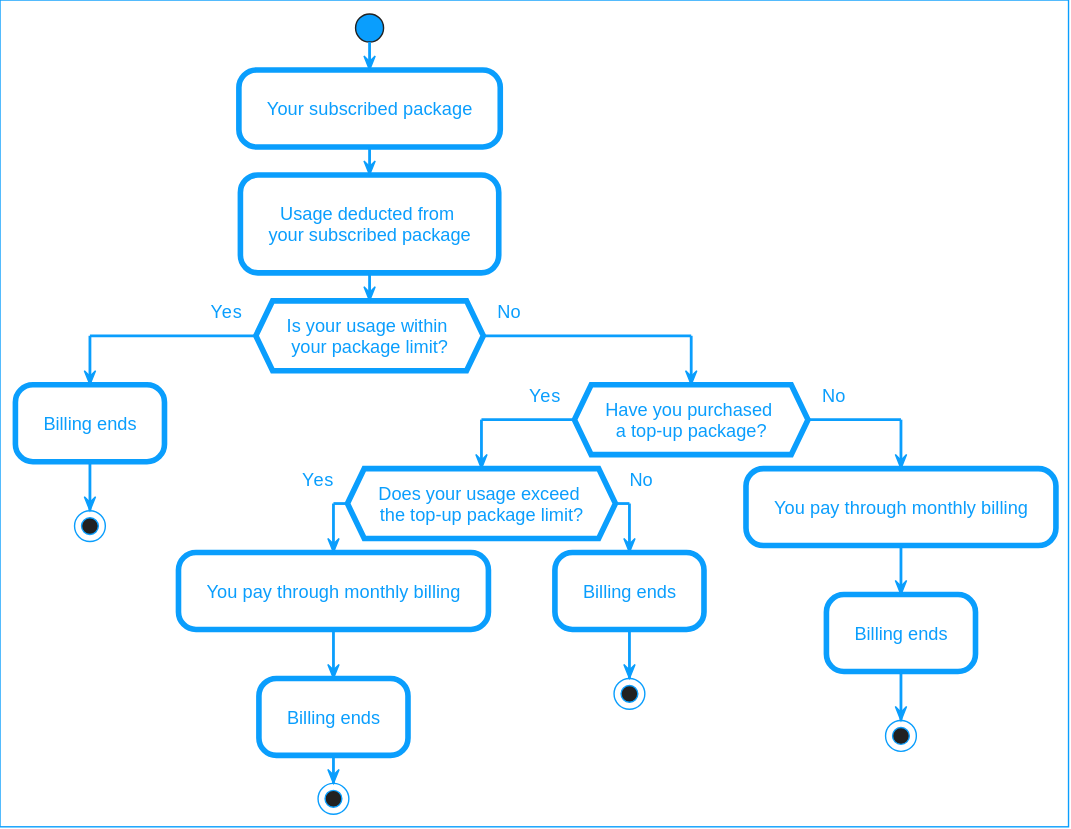
AgoraIO/Docs-Source keeps this PlantUML diagram as assets/images/video-sdk/pricing-workflow.svg. Above is the earlier version.
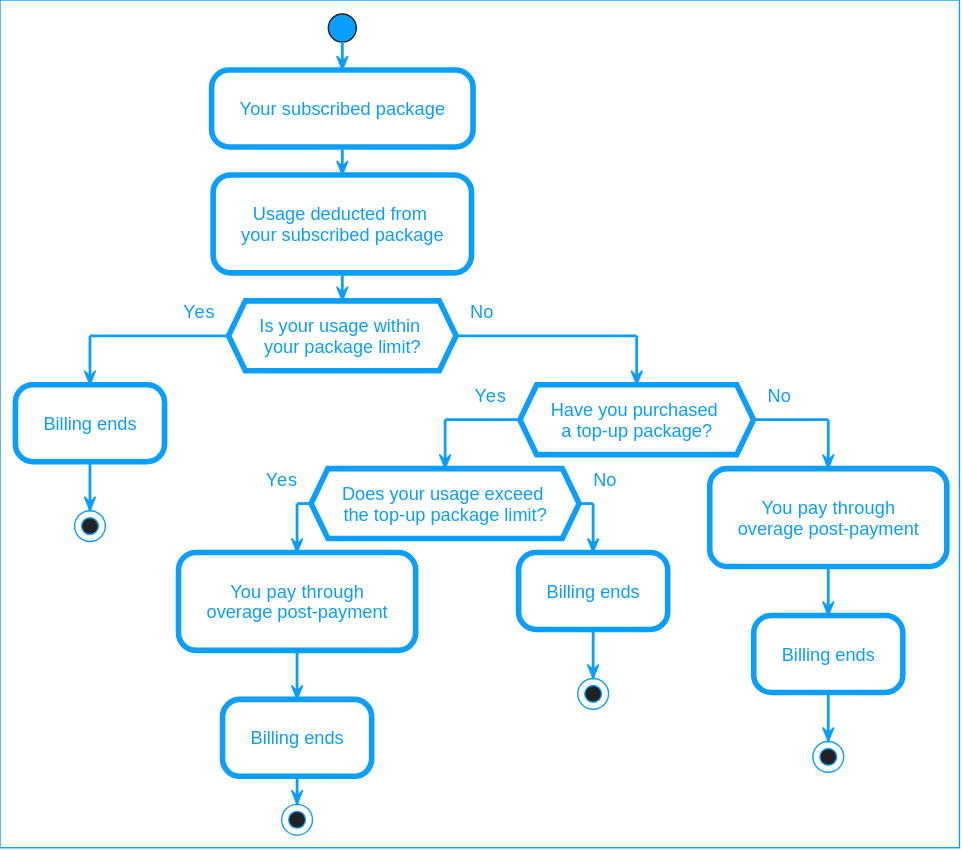
After the commit.

Change to the diagram source:
```diff
@@ -2,6 +2,7 @@
 !include agora_skin.iuml
 skinparam minClassWidth 100
 skinparam Padding 10
+
 start
 :Your subscribed package;
 :Usage deducted from \nyour subscribed package;
@@ -11,7 +12,7 @@
 else (No)
   if (Have you purchased \na top-up package?) then (Yes)
     if (Does your usage exceed \nthe top-up package limit?) then (Yes)
-      :You pay through monthly billing;
+      :You pay through\noverage post-payment;
       :Billing ends;
       stop
     else (No)
@@ -19,7 +20,7 @@
       stop
     endif
   else (No)
-    :You pay through monthly billing;
+    :You pay through\noverage post-payment;
     :Billing ends;
     stop
   endif
```
